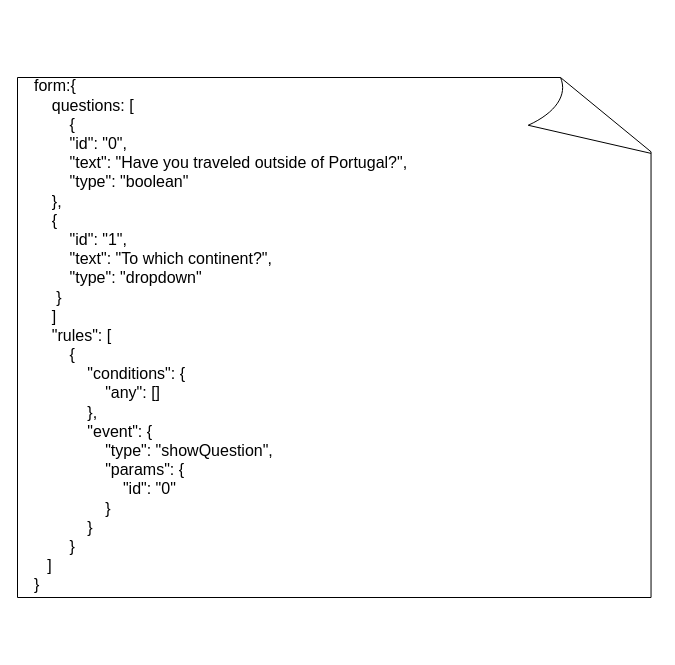
dadiva-team/dadiva-ipo keeps this draw.io diagram as docs/report/figures/newForm.drawio. Above is the earlier version. Source tidied: cells renumbered, new cells numbered last; positions are measured from the earlier drawing's top-left corner, leaving out a move shared by most shapes. Both pictures are drawn from the tidied source at 100%, with x=0, y=0 at pixel (17, 72).
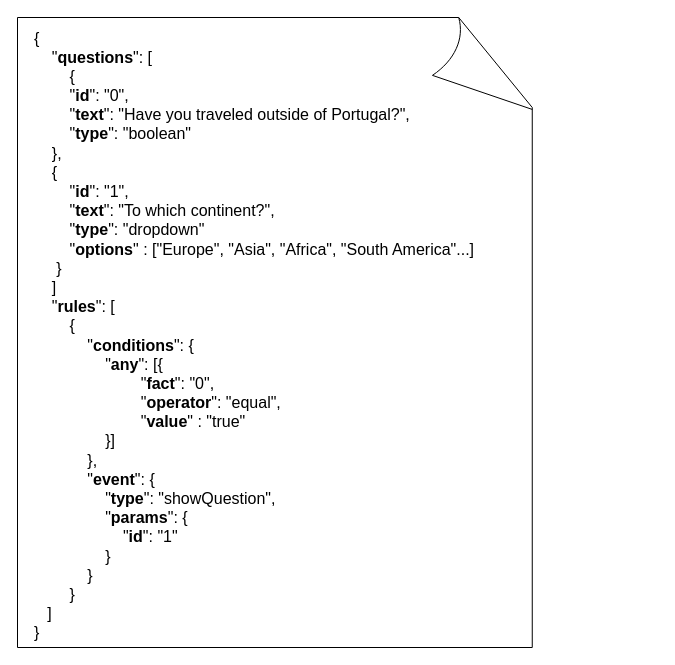
The same diagram, later.

The edit, as a diff of the source:
```diff
@@
 <mxGraphModel>
   <root>
     <mxCell id="0" />
     <mxCell id="1" parent="0" />
     <mxCell id="2" style="whiteSpace=wrap;html=1;shape=mxgraph.basic.document;" parent="1" vertex="1">
-      <mxGeometry y="5" width="640" height="520" as="geometry" />
+      <mxGeometry y="-55" width="520" height="630" as="geometry" />
     </mxCell>
-    <mxCell id="3" value="&lt;div style=&quot;font-size: 16px;&quot;&gt;&lt;div&gt;form:{&lt;/div&gt;&lt;div&gt;&amp;nbsp; &amp;nbsp; questions: [&lt;/div&gt;&lt;div&gt;&amp;nbsp; &amp;nbsp; &amp;nbsp; &amp;nbsp; {&lt;/div&gt;&lt;div&gt;&amp;nbsp; &amp;nbsp; &amp;nbsp; &amp;nbsp; &quot;id&quot;: &quot;0&quot;,&lt;/div&gt;&lt;div&gt;&amp;nbsp; &amp;nbsp; &amp;nbsp; &amp;nbsp; &quot;text&quot;: &quot;Have you traveled outside of Portugal?&quot;,&lt;/div&gt;&lt;div&gt;&amp;nbsp; &amp;nbsp; &amp;nbsp; &amp;nbsp; &quot;type&quot;: &quot;boolean&quot;&lt;/div&gt;&lt;div&gt;&amp;nbsp; &amp;nbsp; },&lt;/div&gt;&lt;div&gt;&amp;nbsp; &amp;nbsp; {&lt;/div&gt;&lt;div&gt;&amp;nbsp; &amp;nbsp; &amp;nbsp; &amp;nbsp; &quot;id&quot;: &quot;1&quot;,&lt;/div&gt;&lt;div&gt;&amp;nbsp; &amp;nbsp; &amp;nbsp; &amp;nbsp; &quot;text&quot;: &quot;To which continent?&quot;,&lt;/div&gt;&lt;div&gt;&amp;nbsp; &amp;nbsp; &amp;nbsp; &amp;nbsp; &quot;type&quot;: &quot;dropdown&quot;&lt;/div&gt;&lt;div&gt;&amp;nbsp; &amp;nbsp; &amp;nbsp;}&lt;/div&gt;&lt;div&gt;&amp;nbsp; &amp;nbsp; ]&lt;/div&gt;&lt;div&gt;&amp;nbsp; &amp;nbsp; &quot;rules&quot;: [&lt;/div&gt;&lt;div&gt;&amp;nbsp; &amp;nbsp; &amp;nbsp; &amp;nbsp; {&lt;/div&gt;&lt;div&gt;&amp;nbsp; &amp;nbsp; &amp;nbsp; &amp;nbsp; &amp;nbsp; &amp;nbsp; &quot;conditions&quot;: {&lt;/div&gt;&lt;div&gt;&amp;nbsp; &amp;nbsp; &amp;nbsp; &amp;nbsp; &amp;nbsp; &amp;nbsp; &amp;nbsp; &amp;nbsp; &quot;any&quot;: []&lt;/div&gt;&lt;div&gt;&amp;nbsp; &amp;nbsp; &amp;nbsp; &amp;nbsp; &amp;nbsp; &amp;nbsp; },&lt;/div&gt;&lt;div&gt;&amp;nbsp; &amp;nbsp; &amp;nbsp; &amp;nbsp; &amp;nbsp; &amp;nbsp; &quot;event&quot;: {&lt;/div&gt;&lt;div&gt;&amp;nbsp; &amp;nbsp; &amp;nbsp; &amp;nbsp; &amp;nbsp; &amp;nbsp; &amp;nbsp; &amp;nbsp; &quot;type&quot;: &quot;showQuestion&quot;,&lt;/div&gt;&lt;div&gt;&amp;nbsp; &amp;nbsp; &amp;nbsp; &amp;nbsp; &amp;nbsp; &amp;nbsp; &amp;nbsp; &amp;nbsp; &quot;params&quot;: {&lt;/div&gt;&lt;div&gt;&amp;nbsp; &amp;nbsp; &amp;nbsp; &amp;nbsp; &amp;nbsp; &amp;nbsp; &amp;nbsp; &amp;nbsp; &amp;nbsp; &amp;nbsp; &quot;id&quot;: &quot;0&quot;&lt;/div&gt;&lt;div&gt;&amp;nbsp; &amp;nbsp; &amp;nbsp; &amp;nbsp; &amp;nbsp; &amp;nbsp; &amp;nbsp; &amp;nbsp; }&lt;/div&gt;&lt;div&gt;&amp;nbsp; &amp;nbsp; &amp;nbsp; &amp;nbsp; &amp;nbsp; &amp;nbsp; }&lt;/div&gt;&lt;div&gt;&amp;nbsp; &amp;nbsp; &amp;nbsp; &amp;nbsp; }&lt;/div&gt;&lt;div&gt;&amp;nbsp; &amp;nbsp;]&lt;/div&gt;&lt;div&gt;}&lt;/div&gt;&lt;/div&gt;" style="text;html=1;align=left;verticalAlign=middle;whiteSpace=wrap;rounded=0;" parent="1" vertex="1">
+    <mxCell id="3" value="&lt;div style=&quot;font-size: 16px;&quot;&gt;&lt;div&gt;{&lt;/div&gt;&lt;div&gt;&amp;nbsp; &amp;nbsp; &quot;&lt;b&gt;questions&lt;/b&gt;&quot;: [&lt;/div&gt;&lt;div&gt;&amp;nbsp; &amp;nbsp; &amp;nbsp; &amp;nbsp; {&lt;/div&gt;&lt;div&gt;&amp;nbsp; &amp;nbsp; &amp;nbsp; &amp;nbsp; &quot;&lt;b&gt;id&lt;/b&gt;&quot;: &quot;0&quot;,&lt;/div&gt;&lt;div&gt;&amp;nbsp; &amp;nbsp; &amp;nbsp; &amp;nbsp; &quot;&lt;b&gt;text&lt;/b&gt;&quot;: &quot;Have you traveled outside of Portugal?&quot;,&lt;/div&gt;&lt;div&gt;&amp;nbsp; &amp;nbsp; &amp;nbsp; &amp;nbsp; &quot;&lt;b&gt;type&lt;/b&gt;&quot;: &quot;boolean&quot;&lt;/div&gt;&lt;div&gt;&amp;nbsp; &amp;nbsp; },&lt;/div&gt;&lt;div&gt;&amp;nbsp; &amp;nbsp; {&lt;/div&gt;&lt;div&gt;&amp;nbsp; &amp;nbsp; &amp;nbsp; &amp;nbsp; &quot;&lt;b&gt;id&lt;/b&gt;&quot;: &quot;1&quot;,&lt;/div&gt;&lt;div&gt;&amp;nbsp; &amp;nbsp; &amp;nbsp; &amp;nbsp; &quot;&lt;b&gt;text&lt;/b&gt;&quot;: &quot;To which continent?&quot;,&lt;/div&gt;&lt;div&gt;&amp;nbsp; &amp;nbsp; &amp;nbsp; &amp;nbsp; &quot;&lt;b&gt;type&lt;/b&gt;&quot;: &quot;dropdown&quot;&lt;/div&gt;&lt;div&gt;&lt;span style=&quot;white-space: pre;&quot;&gt;&#9;&lt;/span&gt;&quot;&lt;b&gt;options&lt;/b&gt;&quot; : [&quot;Europe&quot;, &quot;Asia&quot;, &quot;Africa&quot;, &quot;South America&quot;...]&lt;br&gt;&lt;/div&gt;&lt;div&gt;&amp;nbsp; &amp;nbsp; &amp;nbsp;}&lt;/div&gt;&lt;div&gt;&amp;nbsp; &amp;nbsp; ]&lt;/div&gt;&lt;div&gt;&amp;nbsp; &amp;nbsp; &quot;&lt;b&gt;rules&lt;/b&gt;&quot;: [&lt;/div&gt;&lt;div&gt;&amp;nbsp; &amp;nbsp; &amp;nbsp; &amp;nbsp; {&lt;/div&gt;&lt;div&gt;&amp;nbsp; &amp;nbsp; &amp;nbsp; &amp;nbsp; &amp;nbsp; &amp;nbsp; &quot;&lt;b&gt;conditions&lt;/b&gt;&quot;: {&lt;/div&gt;&lt;div&gt;&amp;nbsp; &amp;nbsp; &amp;nbsp; &amp;nbsp; &amp;nbsp; &amp;nbsp; &amp;nbsp; &amp;nbsp; &quot;&lt;b&gt;any&lt;/b&gt;&quot;: [{&lt;/div&gt;&lt;div&gt;&lt;span style=&quot;white-space: pre;&quot;&gt;&#9;&lt;/span&gt;&lt;span style=&quot;white-space: pre;&quot;&gt;&#9;&lt;/span&gt;&lt;span style=&quot;white-space: pre;&quot;&gt;&#9;&lt;/span&gt;&quot;&lt;b&gt;fact&lt;/b&gt;&quot;: &quot;0&quot;,&lt;/div&gt;&lt;div&gt;&lt;span style=&quot;white-space: pre;&quot;&gt;&#9;&lt;/span&gt;&lt;span style=&quot;white-space: pre;&quot;&gt;&#9;&lt;/span&gt;&lt;span style=&quot;white-space: pre;&quot;&gt;&#9;&lt;/span&gt;&quot;&lt;b&gt;operator&lt;/b&gt;&quot;: &quot;equal&quot;,&lt;br&gt;&lt;/div&gt;&lt;div&gt;&lt;span style=&quot;white-space: pre;&quot;&gt;&#9;&lt;/span&gt;&lt;span style=&quot;white-space: pre;&quot;&gt;&#9;&lt;/span&gt;&lt;span style=&quot;white-space: pre;&quot;&gt;&#9;&lt;/span&gt;&quot;&lt;b&gt;value&lt;/b&gt;&quot; : &quot;true&quot;&lt;br&gt;&lt;/div&gt;&lt;div&gt;&lt;span style=&quot;white-space: pre;&quot;&gt;&#9;&lt;/span&gt;&lt;span style=&quot;white-space: pre;&quot;&gt;&#9;&lt;/span&gt;}]&lt;/div&gt;&lt;div&gt;&amp;nbsp; &amp;nbsp; &amp;nbsp; &amp;nbsp; &amp;nbsp; &amp;nbsp; },&lt;/div&gt;&lt;div&gt;&amp;nbsp; &amp;nbsp; &amp;nbsp; &amp;nbsp; &amp;nbsp; &amp;nbsp; &quot;&lt;b&gt;event&lt;/b&gt;&quot;: {&lt;/div&gt;&lt;div&gt;&amp;nbsp; &amp;nbsp; &amp;nbsp; &amp;nbsp; &amp;nbsp; &amp;nbsp; &amp;nbsp; &amp;nbsp; &quot;&lt;b&gt;type&lt;/b&gt;&quot;: &quot;showQuestion&quot;,&lt;/div&gt;&lt;div&gt;&amp;nbsp; &amp;nbsp; &amp;nbsp; &amp;nbsp; &amp;nbsp; &amp;nbsp; &amp;nbsp; &amp;nbsp; &quot;&lt;b&gt;params&lt;/b&gt;&quot;: {&lt;/div&gt;&lt;div&gt;&amp;nbsp; &amp;nbsp; &amp;nbsp; &amp;nbsp; &amp;nbsp; &amp;nbsp; &amp;nbsp; &amp;nbsp; &amp;nbsp; &amp;nbsp; &quot;&lt;b&gt;id&lt;/b&gt;&quot;: &quot;1&quot;&lt;/div&gt;&lt;div&gt;&amp;nbsp; &amp;nbsp; &amp;nbsp; &amp;nbsp; &amp;nbsp; &amp;nbsp; &amp;nbsp; &amp;nbsp; }&lt;/div&gt;&lt;div&gt;&amp;nbsp; &amp;nbsp; &amp;nbsp; &amp;nbsp; &amp;nbsp; &amp;nbsp; }&lt;/div&gt;&lt;div&gt;&amp;nbsp; &amp;nbsp; &amp;nbsp; &amp;nbsp; }&lt;/div&gt;&lt;div&gt;&amp;nbsp; &amp;nbsp;]&lt;/div&gt;&lt;div&gt;}&lt;/div&gt;&lt;/div&gt;" style="text;html=1;align=left;verticalAlign=middle;whiteSpace=wrap;rounded=0;" parent="1" vertex="1">
       <mxGeometry x="15" width="445" height="525" as="geometry" />
     </mxCell>
   </root>
 </mxGraphModel>
```
